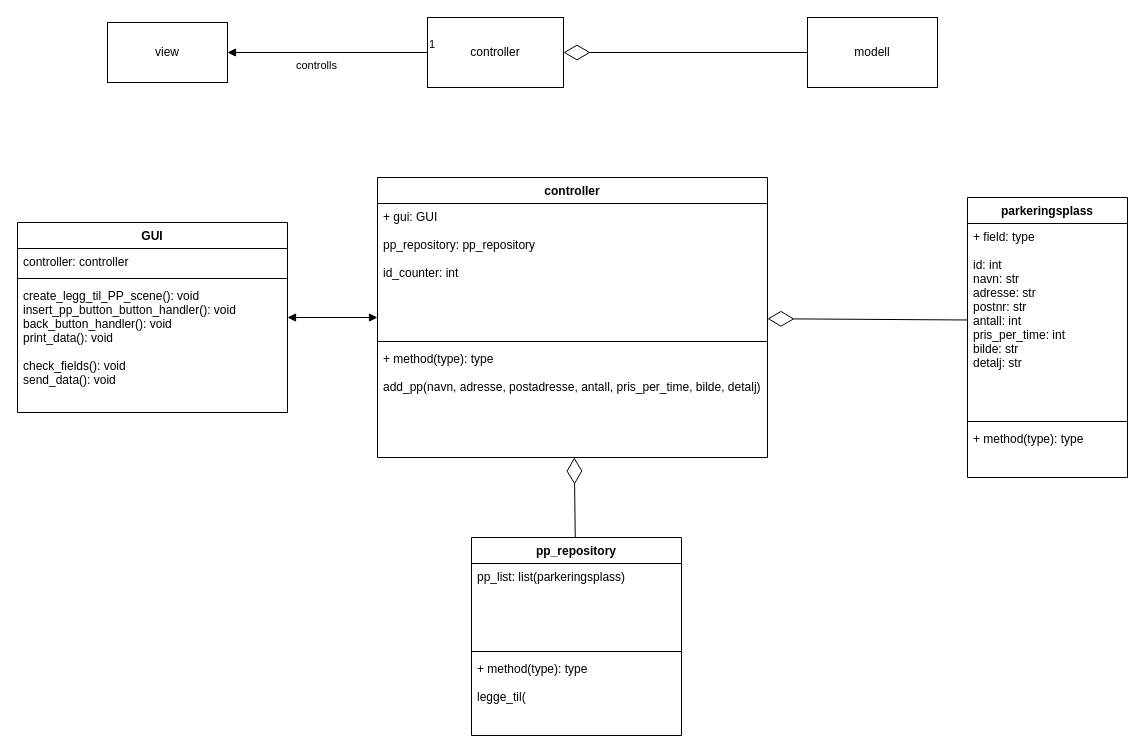
Before: parkx_dokumentasjon/diagrammer/klasse diagram/klasse diagram.drawio in Jollokim/ParkX, a draw.io diagram. Source tidied: cells renumbered, new cells numbered last; positions are measured from the earlier drawing's top-left corner, leaving out a move shared by most shapes. Both pictures are drawn from the tidied source at 100%, with x=0, y=0 at pixel (17, 17).
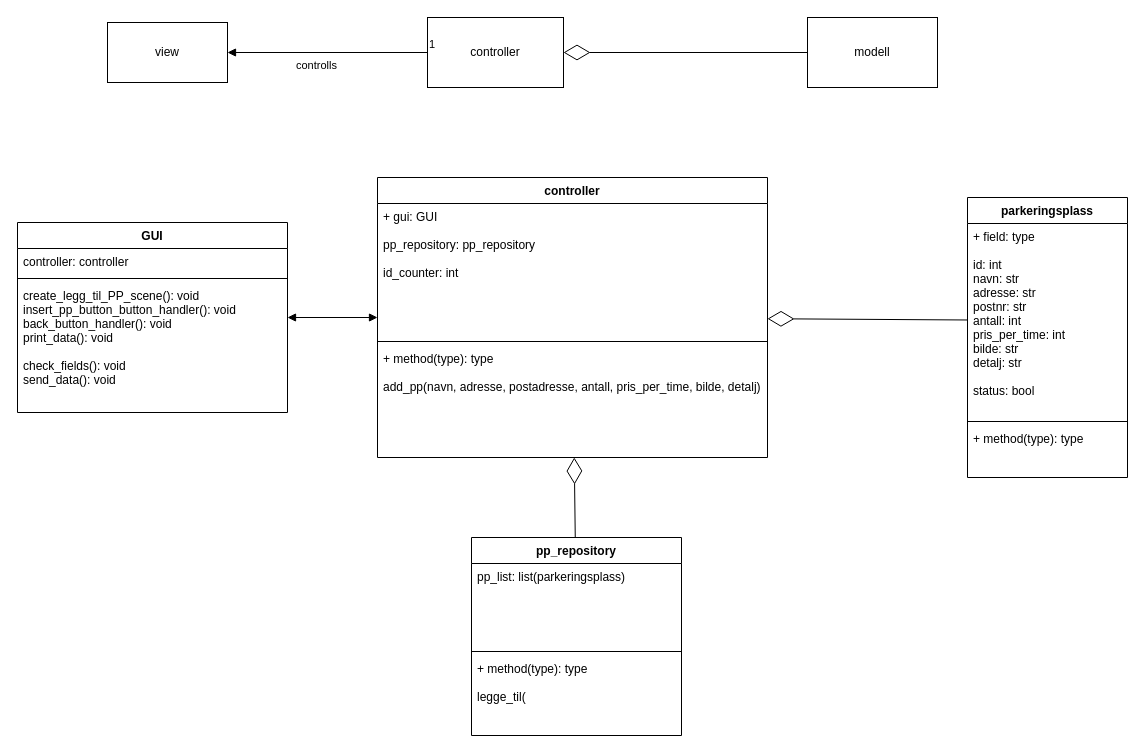
After the change.

Commit message (it also covers changes not shown here):
add status variable to parkeringsklassen. begun on gui_my_PPs

Unchanged cells that the change refers to:
```xml
<mxCell id="18" value="parkeringsplass" style="swimlane;fontStyle=1;align=center;verticalAlign=top;horizontal=1;startSize=26;" parent="1" vertex="1">
  <mxGeometry x="950" y="180" width="160" height="280" as="geometry" />
</mxCell>
```

The edit, as a diff of the source:
```diff
@@
-    <mxCell id="19" value="+ field: type&#10;&#10;id: int&#10;navn: str&#10;adresse: str&#10;postnr: str&#10;antall: int&#10;pris_per_time: int&#10;bilde: str&#10;detalj: str&#10;" style="text;strokeColor=none;fillColor=none;align=left;verticalAlign=top;spacingLeft=4;spacingRight=4;overflow=hidden;points=[[0,0.5],[1,0.5]];portConstraint=eastwest;" parent="18" vertex="1">
+    <mxCell id="19" value="+ field: type&#10;&#10;id: int&#10;navn: str&#10;adresse: str&#10;postnr: str&#10;antall: int&#10;pris_per_time: int&#10;bilde: str&#10;detalj: str&#10;&#10;status: bool" style="text;strokeColor=none;fillColor=none;align=left;verticalAlign=top;spacingLeft=4;spacingRight=4;overflow=hidden;points=[[0,0.5],[1,0.5]];portConstraint=eastwest;" parent="18" vertex="1">
       <mxGeometry y="26" width="160" height="194" as="geometry" />
     </mxCell>
```
